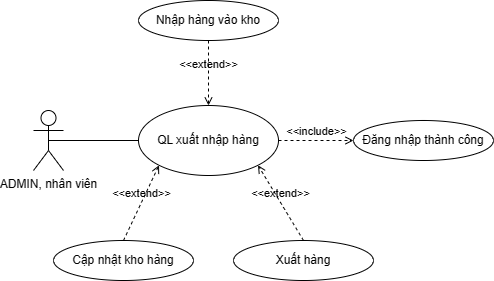
The draw.io diagram UC/imgs/UC_QUANLYXUATNHAPHANG.drawio.png in hieuNV0871/da, before a commit. Source tidied: cells renumbered, new cells last; positions are measured from the earlier drawing's top-left corner, leaving out a move shared by most shapes.
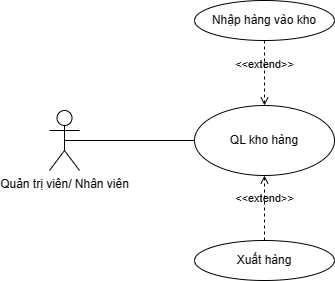
After the change.

What changed in the source:
```diff
@@ -2,37 +2,25 @@
   <root>
     <mxCell id="0" />
     <mxCell id="1" parent="0" />
-    <mxCell id="2" value="ADMIN, nhân viên" style="shape=umlActor;verticalLabelPosition=bottom;verticalAlign=top;html=1;" parent="1" vertex="1">
-      <mxGeometry y="110" width="30" height="60" as="geometry" />
+    <mxCell id="2" value="Quản trị viên/ Nhân viên" style="shape=umlActor;verticalLabelPosition=bottom;verticalAlign=top;html=1;" parent="1" vertex="1">
+      <mxGeometry x="-40" y="110" width="30" height="60" as="geometry" />
     </mxCell>
-    <mxCell id="3" value="QL xuất nhập hàng" style="ellipse;whiteSpace=wrap;html=1;" parent="1" vertex="1">
+    <mxCell id="3" value="QL kho hàng" style="ellipse;whiteSpace=wrap;html=1;" parent="1" vertex="1">
       <mxGeometry x="105" y="105" width="140" height="70" as="geometry" />
     </mxCell>
-    <mxCell id="4" value="Đăng nhập thành công" style="ellipse;whiteSpace=wrap;html=1;" parent="1" vertex="1">
-      <mxGeometry x="320" y="120" width="140" height="40" as="geometry" />
-    </mxCell>
     <mxCell id="5" value="Nhập hàng vào kho" style="ellipse;whiteSpace=wrap;html=1;" parent="1" vertex="1">
       <mxGeometry x="105" width="140" height="40" as="geometry" />
     </mxCell>
     <mxCell id="6" value="&amp;lt;&amp;lt;extend&amp;gt;&amp;gt;" style="html=1;verticalAlign=bottom;labelBackgroundColor=none;endArrow=open;endFill=0;dashed=1;rounded=0;entryX=0.5;entryY=0;entryDx=0;entryDy=0;exitX=0.5;exitY=1;exitDx=0;exitDy=0;" parent="1" edge="1" source="5" target="3">
       <mxGeometry relative="1" as="geometry" />
     </mxCell>
-    <mxCell id="7" value="&amp;lt;&amp;lt;include&amp;gt;&amp;gt;" style="html=1;verticalAlign=bottom;labelBackgroundColor=none;endArrow=open;endFill=0;dashed=1;rounded=0;exitX=1;exitY=0.5;exitDx=0;exitDy=0;entryX=0;entryY=0.5;entryDx=0;entryDy=0;entryPerimeter=0;" parent="1" edge="1" source="3" target="4">
-      <mxGeometry relative="1" as="geometry" />
-    </mxCell>
     <mxCell id="8" style="endArrow=none;html=1;rounded=0;exitX=0.5;exitY=0.5;exitDx=0;exitDy=0;exitPerimeter=0;entryX=0;entryY=0.5;entryDx=0;entryDy=0;" parent="1" edge="1" source="2" target="3">
       <mxGeometry relative="1" as="geometry" />
     </mxCell>
-    <mxCell id="9" value="Cập nhật kho hàng" style="ellipse;whiteSpace=wrap;html=1;" parent="1" vertex="1">
-      <mxGeometry x="20" y="240" width="140" height="40" as="geometry" />
-    </mxCell>
-    <mxCell id="10" value="&amp;lt;&amp;lt;extend&amp;gt;&amp;gt;" style="html=1;verticalAlign=bottom;labelBackgroundColor=none;endArrow=open;endFill=0;dashed=1;rounded=0;entryX=0;entryY=1;entryDx=0;entryDy=0;exitX=0.5;exitY=0;exitDx=0;exitDy=0;" parent="1" edge="1" source="9" target="3">
-      <mxGeometry relative="1" as="geometry" />
-    </mxCell>
     <mxCell id="11" value="Xuất hàng" style="ellipse;whiteSpace=wrap;html=1;" parent="1" vertex="1">
-      <mxGeometry x="200" y="240" width="140" height="40" as="geometry" />
+      <mxGeometry x="105" y="240" width="140" height="40" as="geometry" />
     </mxCell>
-    <mxCell id="12" value="&amp;lt;&amp;lt;extend&amp;gt;&amp;gt;" style="html=1;verticalAlign=bottom;labelBackgroundColor=none;endArrow=open;endFill=0;dashed=1;rounded=0;entryX=1;entryY=1;entryDx=0;entryDy=0;exitX=0.5;exitY=0;exitDx=0;exitDy=0;" parent="1" edge="1" source="11" target="3">
+    <mxCell id="12" value="&amp;lt;&amp;lt;extend&amp;gt;&amp;gt;" style="html=1;verticalAlign=bottom;labelBackgroundColor=none;endArrow=open;endFill=0;dashed=1;rounded=0;entryX=0.5;entryY=1;entryDx=0;entryDy=0;exitX=0.5;exitY=0;exitDx=0;exitDy=0;" parent="1" edge="1" source="11" target="3">
       <mxGeometry relative="1" as="geometry" />
     </mxCell>
   </root>
```
